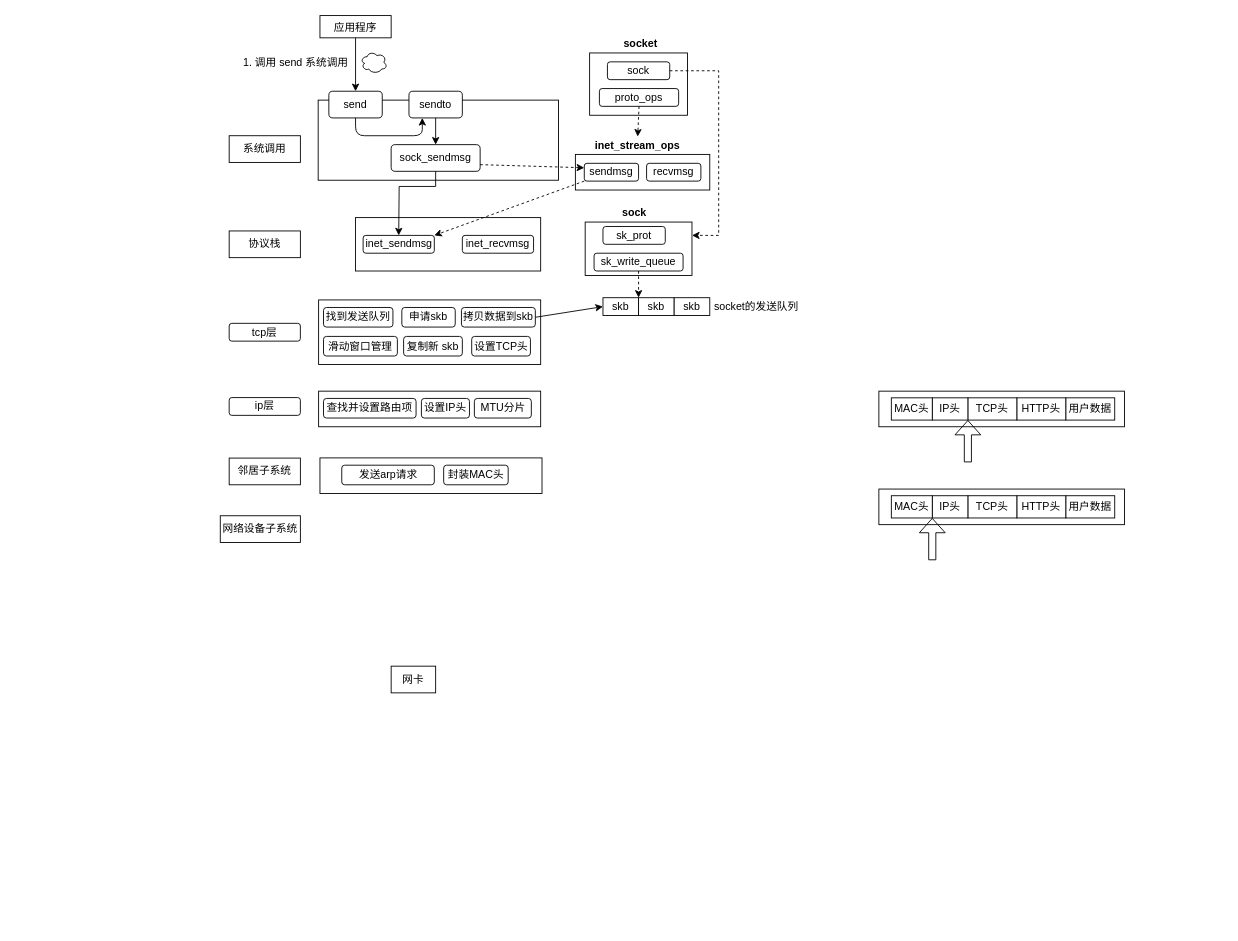
The draw.io diagram page "网络包发送" (2 of 2) of 图解网络.drawio in JianHao-Chen/UML, before the edit. Source tidied: cells renumbered, new cells numbered last; positions are measured from the earlier drawing's top-left corner, leaving out a move shared by most shapes. Both pictures are drawn from the tidied source at 89%, with x=0, y=0 at pixel (220, 15).
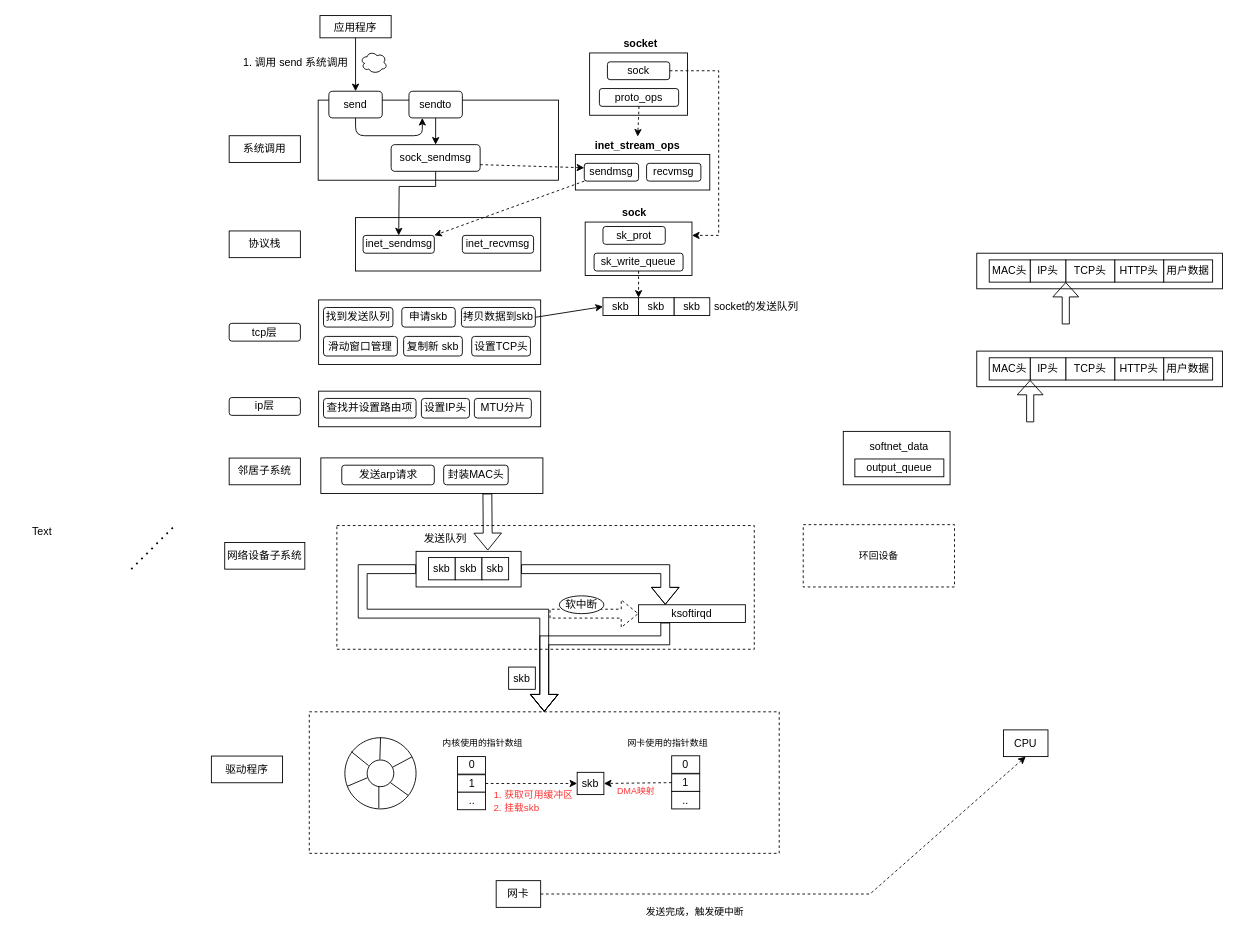
The same page after the edit.

Commit message:
更新图解网络.drawio

Diff of the diagram source:
```diff
@@
+    <mxCell id="73" style="rounded=0;whiteSpace=wrap;html=1;dashed=1;strokeWidth=1;fontSize=11;fontColor=#000000;" parent="1" vertex="1">
+      <mxGeometry x="131" y="573" width="469" height="139" as="geometry" />
+    </mxCell>
+    <mxCell id="74" style="rounded=0;whiteSpace=wrap;html=1;strokeWidth=1;fontSize=11;fontColor=#000000;dashed=1;" parent="1" vertex="1">
+      <mxGeometry x="100" y="782.3" width="528" height="159" as="geometry" />
+    </mxCell>
@@
     <mxCell id="39" style="rounded=0;whiteSpace=wrap;html=1;strokeWidth=1;fontSize=12;" parent="1" vertex="1">
-      <mxGeometry x="740" y="422" width="276" height="40" as="geometry" />
+      <mxGeometry x="850" y="267" width="276" height="40" as="geometry" />
     </mxCell>
     <mxCell id="40" value="用户数据" style="rounded=0;whiteSpace=wrap;html=1;strokeWidth=1;fontSize=12;" parent="1" vertex="1">
-      <mxGeometry x="950" y="429.5" width="55" height="25" as="geometry" />
+      <mxGeometry x="1060" y="274.5" width="55" height="25" as="geometry" />
     </mxCell>
     <mxCell id="41" value="HTTP头" style="rounded=0;whiteSpace=wrap;html=1;strokeWidth=1;fontSize=12;" parent="1" vertex="1">
-      <mxGeometry x="895" y="429.5" width="55" height="25" as="geometry" />
+      <mxGeometry x="1005" y="274.5" width="55" height="25" as="geometry" />
     </mxCell>
     <mxCell id="42" value="TCP头" style="rounded=0;whiteSpace=wrap;html=1;strokeWidth=1;fontSize=12;" parent="1" vertex="1">
-      <mxGeometry x="840" y="429.5" width="55" height="25" as="geometry" />
+      <mxGeometry x="950" y="274.5" width="55" height="25" as="geometry" />
     </mxCell>
     <mxCell id="43" value="IP头" style="rounded=0;whiteSpace=wrap;html=1;strokeWidth=1;fontSize=12;" parent="1" vertex="1">
-      <mxGeometry x="800" y="429.5" width="40" height="25" as="geometry" />
+      <mxGeometry x="910" y="274.5" width="40" height="25" as="geometry" />
     </mxCell>
     <mxCell id="44" value="MAC头" style="rounded=0;whiteSpace=wrap;html=1;strokeWidth=1;fontSize=12;" parent="1" vertex="1">
-      <mxGeometry x="754" y="429.5" width="46" height="25" as="geometry" />
+      <mxGeometry x="864" y="274.5" width="46" height="25" as="geometry" />
     </mxCell>
     <mxCell id="45" style="shape=flexArrow;endArrow=classic;html=1;rounded=0;fontSize=12;entryX=0;entryY=1;entryDx=0;entryDy=0;width=8;endSize=5.03;" parent="1" edge="1" target="42">
       <mxGeometry relative="1" as="geometry">
-        <mxPoint x="840" y="502" as="sourcePoint" />
+        <mxPoint x="950" y="347" as="sourcePoint" />
       </mxGeometry>
     </mxCell>
     <mxCell id="46" style="rounded=0;whiteSpace=wrap;html=1;strokeWidth=1;fontSize=12;" parent="1" vertex="1">
-      <mxGeometry x="740" y="532" width="276" height="40" as="geometry" />
+      <mxGeometry x="850" y="377" width="276" height="40" as="geometry" />
     </mxCell>
     <mxCell id="47" value="用户数据" style="rounded=0;whiteSpace=wrap;html=1;strokeWidth=1;fontSize=12;" parent="1" vertex="1">
-      <mxGeometry x="950" y="539.5" width="55" height="25" as="geometry" />
+      <mxGeometry x="1060" y="384.5" width="55" height="25" as="geometry" />
     </mxCell>
     <mxCell id="48" value="HTTP头" style="rounded=0;whiteSpace=wrap;html=1;strokeWidth=1;fontSize=12;" parent="1" vertex="1">
-      <mxGeometry x="895" y="539.5" width="55" height="25" as="geometry" />
+      <mxGeometry x="1005" y="384.5" width="55" height="25" as="geometry" />
     </mxCell>
     <mxCell id="49" value="TCP头" style="rounded=0;whiteSpace=wrap;html=1;strokeWidth=1;fontSize=12;" parent="1" vertex="1">
-      <mxGeometry x="840" y="539.5" width="55" height="25" as="geometry" />
+      <mxGeometry x="950" y="384.5" width="55" height="25" as="geometry" />
     </mxCell>
     <mxCell id="50" value="IP头" style="rounded=0;whiteSpace=wrap;html=1;strokeWidth=1;fontSize=12;" parent="1" vertex="1">
-      <mxGeometry x="800" y="539.5" width="40" height="25" as="geometry" />
+      <mxGeometry x="910" y="384.5" width="40" height="25" as="geometry" />
     </mxCell>
     <mxCell id="51" value="MAC头" style="rounded=0;whiteSpace=wrap;html=1;strokeWidth=1;fontSize=12;" parent="1" vertex="1">
-      <mxGeometry x="754" y="539.5" width="46" height="25" as="geometry" />
+      <mxGeometry x="864" y="384.5" width="46" height="25" as="geometry" />
     </mxCell>
     <mxCell id="52" style="shape=flexArrow;endArrow=classic;html=1;rounded=0;fontSize=12;entryX=0;entryY=1;entryDx=0;entryDy=0;width=8;endSize=5.03;" parent="1" edge="1" target="50">
       <mxGeometry relative="1" as="geometry">
-        <mxPoint x="800" y="612" as="sourcePoint" />
+        <mxPoint x="910" y="457" as="sourcePoint" />
       </mxGeometry>
     </mxCell>
@@
     <mxCell id="68" style="rounded=0;whiteSpace=wrap;html=1;strokeWidth=1;fontSize=12;align=left;" parent="1" vertex="1">
-      <mxGeometry x="112" y="497" width="249.5" height="40" as="geometry" />
+      <mxGeometry x="113" y="497" width="249.5" height="40" as="geometry" />
     </mxCell>
@@
     <mxCell id="71" value="网络设备子系统" style="rounded=0;whiteSpace=wrap;html=1;strokeWidth=1;fontSize=12;" parent="1" vertex="1">
-      <mxGeometry y="562" width="90" height="30" as="geometry" />
+      <mxGeometry x="5" y="592" width="90" height="30" as="geometry" />
     </mxCell>
     <mxCell id="72" value="网卡" style="rounded=0;whiteSpace=wrap;html=1;strokeWidth=1;fontSize=12;" parent="1" vertex="1">
-      <mxGeometry x="192" y="731" width="50" height="30" as="geometry" />
+      <mxGeometry x="310" y="972" width="50" height="30" as="geometry" />
     </mxCell>
+    <mxCell id="75" value="CPU" style="rounded=0;whiteSpace=wrap;html=1;strokeWidth=1;fontSize=12;" parent="1" vertex="1">
+      <mxGeometry x="880" y="802.6" width="50" height="30" as="geometry" />
+    </mxCell>
+    <mxCell id="76" style="endArrow=none;dashed=1;html=1;dashPattern=1 3;strokeWidth=2;rounded=0;fontSize=12;" parent="1" edge="1">
+      <mxGeometry relative="1" as="geometry">
+        <mxPoint x="-100" y="622" as="sourcePoint" />
+        <mxPoint x="-50" y="572" as="targetPoint" />
+      </mxGeometry>
+    </mxCell>
+    <mxCell id="77" value="Text" style="text;html=1;strokeColor=none;fillColor=none;align=center;verticalAlign=middle;whiteSpace=wrap;rounded=0;strokeWidth=1;fontSize=12;" parent="1" vertex="1">
+      <mxGeometry x="-230" y="565" width="60" height="30" as="geometry" />
+    </mxCell>
+    <mxCell id="78" style="rounded=0;whiteSpace=wrap;html=1;strokeWidth=1;fontSize=12;" parent="1" vertex="1">
+      <mxGeometry x="220" y="602" width="118" height="40" as="geometry" />
+    </mxCell>
+    <mxCell id="79" value="发送队列" style="text;html=1;strokeColor=none;fillColor=none;align=center;verticalAlign=middle;whiteSpace=wrap;rounded=0;strokeWidth=1;fontSize=12;" parent="1" vertex="1">
+      <mxGeometry x="222.5" y="573" width="60" height="30" as="geometry" />
+    </mxCell>
+    <mxCell id="80" value="skb" style="rounded=0;whiteSpace=wrap;html=1;strokeWidth=1;fontSize=12;" parent="1" vertex="1">
+      <mxGeometry x="234" y="609" width="30" height="25" as="geometry" />
+    </mxCell>
+    <mxCell id="81" value="skb" style="rounded=0;whiteSpace=wrap;html=1;strokeWidth=1;fontSize=12;" parent="1" vertex="1">
+      <mxGeometry x="264" y="609" width="30" height="25" as="geometry" />
+    </mxCell>
+    <mxCell id="82" value="skb" style="rounded=0;whiteSpace=wrap;html=1;strokeWidth=1;fontSize=12;" parent="1" vertex="1">
+      <mxGeometry x="294" y="609" width="30" height="25" as="geometry" />
+    </mxCell>
+    <mxCell id="83" style="rounded=0;whiteSpace=wrap;html=1;strokeWidth=1;fontSize=12;" parent="1" vertex="1">
+      <mxGeometry x="700" y="467.2" width="120" height="60" as="geometry" />
+    </mxCell>
+    <mxCell id="84" value="softnet_data" style="text;html=1;strokeColor=none;fillColor=none;align=center;verticalAlign=middle;whiteSpace=wrap;rounded=0;strokeWidth=1;fontSize=12;" parent="1" vertex="1">
+      <mxGeometry x="733" y="470.2" width="60" height="30" as="geometry" />
+    </mxCell>
+    <mxCell id="85" value="output_queue" style="rounded=0;whiteSpace=wrap;html=1;strokeWidth=1;fontSize=12;" parent="1" vertex="1">
+      <mxGeometry x="713" y="498.2" width="100" height="20" as="geometry" />
+    </mxCell>
+    <mxCell id="86" style="shape=flexArrow;endArrow=classic;html=1;rounded=0;fontSize=12;entryX=0.683;entryY=-0.025;entryDx=0;entryDy=0;exitX=0.75;exitY=1;exitDx=0;exitDy=0;entryPerimeter=0;" parent="1" edge="1" source="68" target="78">
+      <mxGeometry relative="1" as="geometry" />
+    </mxCell>
+    <mxCell id="87" style="shape=flexArrow;endArrow=classic;html=1;rounded=0;fontSize=12;exitX=0;exitY=0.5;exitDx=0;exitDy=0;entryX=0.5;entryY=0;entryDx=0;entryDy=0;" parent="1" edge="1" source="78" target="74">
+      <mxGeometry relative="1" as="geometry">
+        <Array as="points">
+          <mxPoint x="160" y="622" />
+          <mxPoint x="160" y="672" />
+          <mxPoint x="364" y="672" />
+        </Array>
+      </mxGeometry>
+    </mxCell>
+    <mxCell id="88" value="ksoftirqd" style="rounded=0;whiteSpace=wrap;html=1;strokeWidth=1;fontSize=12;" parent="1" vertex="1">
+      <mxGeometry x="470" y="662" width="120" height="20" as="geometry" />
+    </mxCell>
+    <mxCell id="89" style="shape=flexArrow;endArrow=classic;html=1;rounded=0;fontSize=12;dashed=1;entryX=0;entryY=0.5;entryDx=0;entryDy=0;" parent="1" edge="1" target="88">
+      <mxGeometry relative="1" as="geometry">
+        <mxPoint x="370" y="672" as="sourcePoint" />
+      </mxGeometry>
+    </mxCell>
+    <mxCell id="90" value="软中断" style="ellipse;whiteSpace=wrap;html=1;strokeWidth=1;fontSize=12;" parent="1" vertex="1">
+      <mxGeometry x="381" y="652" width="50" height="20" as="geometry" />
+    </mxCell>
+    <mxCell id="91" style="shape=flexArrow;endArrow=classic;html=1;rounded=0;fontSize=12;entryX=0.5;entryY=0;entryDx=0;entryDy=0;" parent="1" edge="1" target="74">
+      <mxGeometry relative="1" as="geometry">
+        <mxPoint x="500" y="682" as="sourcePoint" />
+        <Array as="points">
+          <mxPoint x="500" y="702" />
+          <mxPoint x="364" y="702" />
+        </Array>
+      </mxGeometry>
+    </mxCell>
+    <mxCell id="92" style="shape=flexArrow;endArrow=classic;html=1;rounded=0;fontSize=12;exitX=1;exitY=0.5;exitDx=0;exitDy=0;entryX=0.25;entryY=0;entryDx=0;entryDy=0;" parent="1" edge="1" source="78" target="88">
+      <mxGeometry relative="1" as="geometry">
+        <Array as="points">
+          <mxPoint x="500" y="622" />
+        </Array>
+      </mxGeometry>
+    </mxCell>
+    <mxCell id="93" value="驱动程序" style="rounded=0;whiteSpace=wrap;html=1;strokeWidth=1;fontSize=12;" parent="1" vertex="1">
+      <mxGeometry x="-10" y="832" width="80" height="30" as="geometry" />
+    </mxCell>
+    <mxCell id="94" style="verticalLabelPosition=bottom;verticalAlign=top;html=1;shape=mxgraph.basic.donut;dx=25;strokeWidth=1;fontSize=12;" parent="1" vertex="1">
+      <mxGeometry x="140" y="811.4" width="80" height="80" as="geometry" />
+    </mxCell>
+    <mxCell id="95" style="endArrow=none;html=1;rounded=0;fontSize=12;exitX=0.491;exitY=0.306;exitDx=0;exitDy=0;exitPerimeter=0;entryX=0.501;entryY=-0.004;entryDx=0;entryDy=0;entryPerimeter=0;" parent="1" edge="1" source="94" target="94">
+      <mxGeometry relative="1" as="geometry" />
+    </mxCell>
+    <mxCell id="96" style="endArrow=none;html=1;rounded=0;fontSize=12;exitX=0.677;exitY=0.411;exitDx=0;exitDy=0;exitPerimeter=0;entryX=0.943;entryY=0.268;entryDx=0;entryDy=0;entryPerimeter=0;" parent="1" edge="1" source="94" target="94">
+      <mxGeometry relative="1" as="geometry" />
+    </mxCell>
+    <mxCell id="97" style="endArrow=none;html=1;rounded=0;fontSize=12;exitX=0.639;exitY=0.63;exitDx=0;exitDy=0;exitPerimeter=0;entryX=0.891;entryY=0.811;entryDx=0;entryDy=0;entryPerimeter=0;" parent="1" edge="1" source="94" target="94">
+      <mxGeometry relative="1" as="geometry" />
+    </mxCell>
+    <mxCell id="98" style="endArrow=none;html=1;rounded=0;fontSize=12;exitX=0.477;exitY=0.682;exitDx=0;exitDy=0;exitPerimeter=0;entryX=0.477;entryY=0.987;entryDx=0;entryDy=0;entryPerimeter=0;" parent="1" edge="1" source="94" target="94">
+      <mxGeometry relative="1" as="geometry" />
+    </mxCell>
+    <mxCell id="99" style="endArrow=none;html=1;rounded=0;fontSize=12;exitX=0.315;exitY=0.563;exitDx=0;exitDy=0;exitPerimeter=0;entryX=0.034;entryY=0.682;entryDx=0;entryDy=0;entryPerimeter=0;" parent="1" edge="1" source="94" target="94">
+      <mxGeometry relative="1" as="geometry" />
+    </mxCell>
+    <mxCell id="100" style="endArrow=none;html=1;rounded=0;fontSize=12;exitX=0.091;exitY=0.196;exitDx=0;exitDy=0;exitPerimeter=0;entryX=0.334;entryY=0.392;entryDx=0;entryDy=0;entryPerimeter=0;" parent="1" edge="1" source="94" target="94">
+      <mxGeometry relative="1" as="geometry" />
+    </mxCell>
+    <mxCell id="101" value="skb" style="rounded=0;whiteSpace=wrap;html=1;strokeWidth=1;fontSize=12;" parent="1" vertex="1">
+      <mxGeometry x="401" y="850.3" width="30" height="25" as="geometry" />
+    </mxCell>
+    <mxCell id="102" value="0" style="rounded=0;whiteSpace=wrap;html=1;strokeWidth=1;fontSize=12;" parent="1" vertex="1">
+      <mxGeometry x="266.5" y="832.6" width="31.5" height="19.7" as="geometry" />
+    </mxCell>
+    <mxCell id="103" value="1" style="rounded=0;whiteSpace=wrap;html=1;strokeWidth=1;fontSize=12;" parent="1" vertex="1">
+      <mxGeometry x="266.5" y="853" width="31.5" height="19.7" as="geometry" />
+    </mxCell>
+    <mxCell id="104" value=".." style="rounded=0;whiteSpace=wrap;html=1;strokeWidth=1;fontSize=12;" parent="1" vertex="1">
+      <mxGeometry x="266.5" y="872.6" width="31.5" height="19.7" as="geometry" />
+    </mxCell>
+    <mxCell id="105" value="0" style="rounded=0;whiteSpace=wrap;html=1;strokeWidth=1;fontSize=12;" parent="1" vertex="1">
+      <mxGeometry x="507.2" y="831.7" width="31.5" height="19.7" as="geometry" />
+    </mxCell>
+    <mxCell id="106" value="1" style="rounded=0;whiteSpace=wrap;html=1;strokeWidth=1;fontSize=12;" parent="1" vertex="1">
+      <mxGeometry x="507.2" y="852" width="31.5" height="19.7" as="geometry" />
+    </mxCell>
+    <mxCell id="107" value=".." style="rounded=0;whiteSpace=wrap;html=1;strokeWidth=1;fontSize=12;" parent="1" vertex="1">
+      <mxGeometry x="507.2" y="871.7" width="31.5" height="19.7" as="geometry" />
+    </mxCell>
+    <mxCell id="108" value="&lt;font style=&quot;font-size: 10px;&quot;&gt;内核使用的指针数组&lt;/font&gt;" style="text;html=1;strokeColor=none;fillColor=none;align=center;verticalAlign=middle;whiteSpace=wrap;rounded=0;strokeWidth=1;fontSize=12;" parent="1" vertex="1">
+      <mxGeometry x="226.5" y="801.7" width="136" height="30" as="geometry" />
+    </mxCell>
+    <mxCell id="109" value="&lt;font style=&quot;font-size: 10px;&quot;&gt;网卡使用的指针数组&lt;/font&gt;" style="text;html=1;strokeColor=none;fillColor=none;align=center;verticalAlign=middle;whiteSpace=wrap;rounded=0;strokeWidth=1;fontSize=12;" parent="1" vertex="1">
+      <mxGeometry x="435" y="801.7" width="136" height="30" as="geometry" />
+    </mxCell>
+    <mxCell id="110" style="endArrow=classic;html=1;rounded=0;fontSize=10;exitX=1;exitY=0.5;exitDx=0;exitDy=0;entryX=0;entryY=0.5;entryDx=0;entryDy=0;dashed=1;" parent="1" edge="1" source="103" target="101">
+      <mxGeometry relative="1" as="geometry" />
+    </mxCell>
+    <mxCell id="111" style="endArrow=classic;html=1;rounded=0;fontSize=10;exitX=0;exitY=0.5;exitDx=0;exitDy=0;entryX=1;entryY=0.5;entryDx=0;entryDy=0;dashed=1;" parent="1" edge="1" source="106" target="101">
+      <mxGeometry relative="1" as="geometry" />
+    </mxCell>
+    <mxCell id="112" value="&lt;font color=&quot;#ff3333&quot;&gt;DMA映射&lt;/font&gt;" style="text;html=1;strokeColor=none;fillColor=none;align=center;verticalAlign=middle;whiteSpace=wrap;rounded=0;strokeWidth=1;fontSize=10;" parent="1" vertex="1">
+      <mxGeometry x="440" y="861" width="55" height="20" as="geometry" />
+    </mxCell>
+    <mxCell id="113" value="&lt;div style=&quot;text-align: left;&quot;&gt;&lt;span style=&quot;font-size: 11px; color: rgb(255, 51, 51); background-color: initial;&quot;&gt;1. 获取可用缓冲区&lt;/span&gt;&lt;/div&gt;&lt;font style=&quot;font-size: 11px;&quot; color=&quot;#ff3333&quot;&gt;&lt;div style=&quot;text-align: left;&quot;&gt;&lt;span style=&quot;background-color: initial;&quot;&gt;2. 挂载skb&lt;/span&gt;&lt;/div&gt;&lt;/font&gt;" style="text;html=1;strokeColor=none;fillColor=none;align=center;verticalAlign=middle;whiteSpace=wrap;rounded=0;strokeWidth=1;fontSize=10;" parent="1" vertex="1">
+      <mxGeometry x="302" y="862.5" width="100" height="40" as="geometry" />
+    </mxCell>
+    <mxCell id="114" style="endArrow=classic;html=1;rounded=0;dashed=1;fontSize=11;fontColor=#FF3333;exitX=1;exitY=0.5;exitDx=0;exitDy=0;entryX=0.5;entryY=1;entryDx=0;entryDy=0;" parent="1" edge="1" source="72" target="75">
+      <mxGeometry relative="1" as="geometry">
+        <Array as="points">
+          <mxPoint x="730" y="987" />
+        </Array>
+      </mxGeometry>
+    </mxCell>
+    <mxCell id="115" value="&lt;font color=&quot;#000000&quot;&gt;发送完成，触发硬中断&lt;/font&gt;" style="text;html=1;strokeColor=none;fillColor=none;align=center;verticalAlign=middle;whiteSpace=wrap;rounded=0;strokeWidth=1;fontSize=11;fontColor=#FF3333;" parent="1" vertex="1">
+      <mxGeometry x="470" y="992" width="127" height="30" as="geometry" />
+    </mxCell>
+    <mxCell id="116" value="skb" style="rounded=0;whiteSpace=wrap;html=1;strokeWidth=1;fontSize=12;" parent="1" vertex="1">
+      <mxGeometry x="324" y="732" width="30" height="25" as="geometry" />
+    </mxCell>
+    <mxCell id="117" value="环回设备" style="rounded=0;whiteSpace=wrap;html=1;dashed=1;strokeWidth=1;fontSize=11;fontColor=#000000;" parent="1" vertex="1">
+      <mxGeometry x="655" y="572" width="170" height="70" as="geometry" />
+    </mxCell>
```
